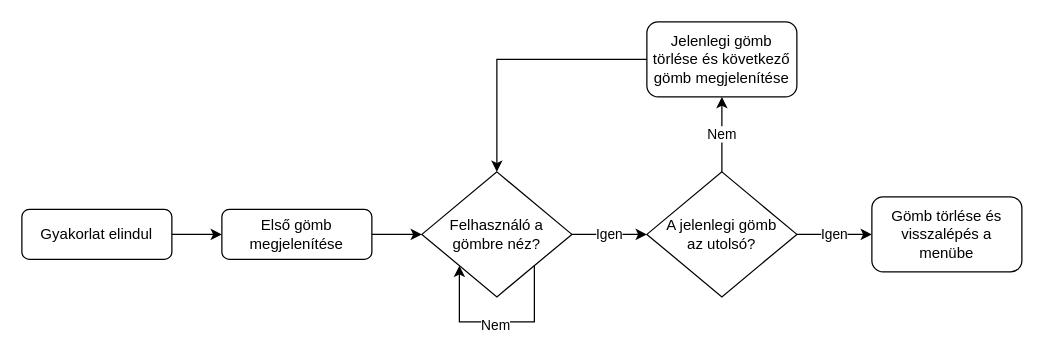
Earlier version of the draw.io diagram Documents/Charts/game_flowchart.drawio (KihiraLove/Szakdoga). Source tidied: cells renumbered, new cells numbered last; positions are measured from the earlier drawing's top-left corner, leaving out a move shared by most shapes. Both pictures are drawn from the tidied source at 125%, with x=0, y=0 at pixel (21, 21).
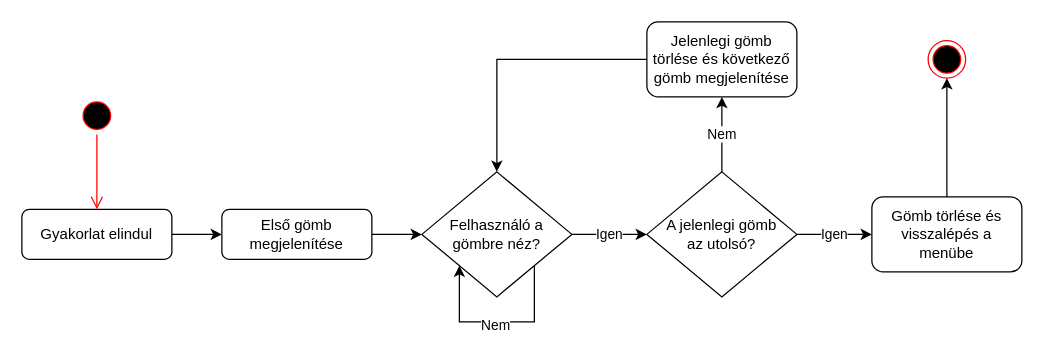
Above is the later version.

Unchanged cells that the change refers to:
```xml
<mxCell id="3" value="Gyakorlat elindul" style="rounded=1;whiteSpace=wrap;html=1;fontSize=12;glass=0;strokeWidth=1;shadow=0;" parent="1" vertex="1">
  <mxGeometry y="150" width="120" height="40" as="geometry" />
</mxCell>
<mxCell id="13" value="Gömb törlése és visszalépés a menübe" style="rounded=1;whiteSpace=wrap;html=1;shadow=0;strokeWidth=1;spacing=6;spacingTop=0;" parent="1" vertex="1">
  <mxGeometry x="680" y="140" width="120" height="60" as="geometry" />
</mxCell>
```

Change to the diagram source:
```diff
@@
+    <mxCell id="16" style="edgeStyle=orthogonalEdgeStyle;rounded=0;jettySize=auto;html=1;" parent="1" edge="1" source="13" target="19">
+      <mxGeometry relative="1" as="geometry" />
+    </mxCell>
@@
+    <mxCell id="17" style="ellipse;html=1;shape=startState;fillColor=#000000;strokeColor=#ff0000;" parent="1" vertex="1">
+      <mxGeometry x="45" y="60" width="30" height="30" as="geometry" />
+    </mxCell>
+    <mxCell id="18" style="edgeStyle=orthogonalEdgeStyle;html=1;verticalAlign=bottom;endArrow=open;endSize=8;strokeColor=#ff0000;rounded=0;" parent="1" edge="1" source="17" target="3">
+      <mxGeometry relative="1" as="geometry" />
+    </mxCell>
+    <mxCell id="19" style="ellipse;html=1;shape=endState;fillColor=#000000;strokeColor=#ff0000;" parent="1" vertex="1">
+      <mxGeometry x="725" y="15" width="30" height="30" as="geometry" />
+    </mxCell>
```
